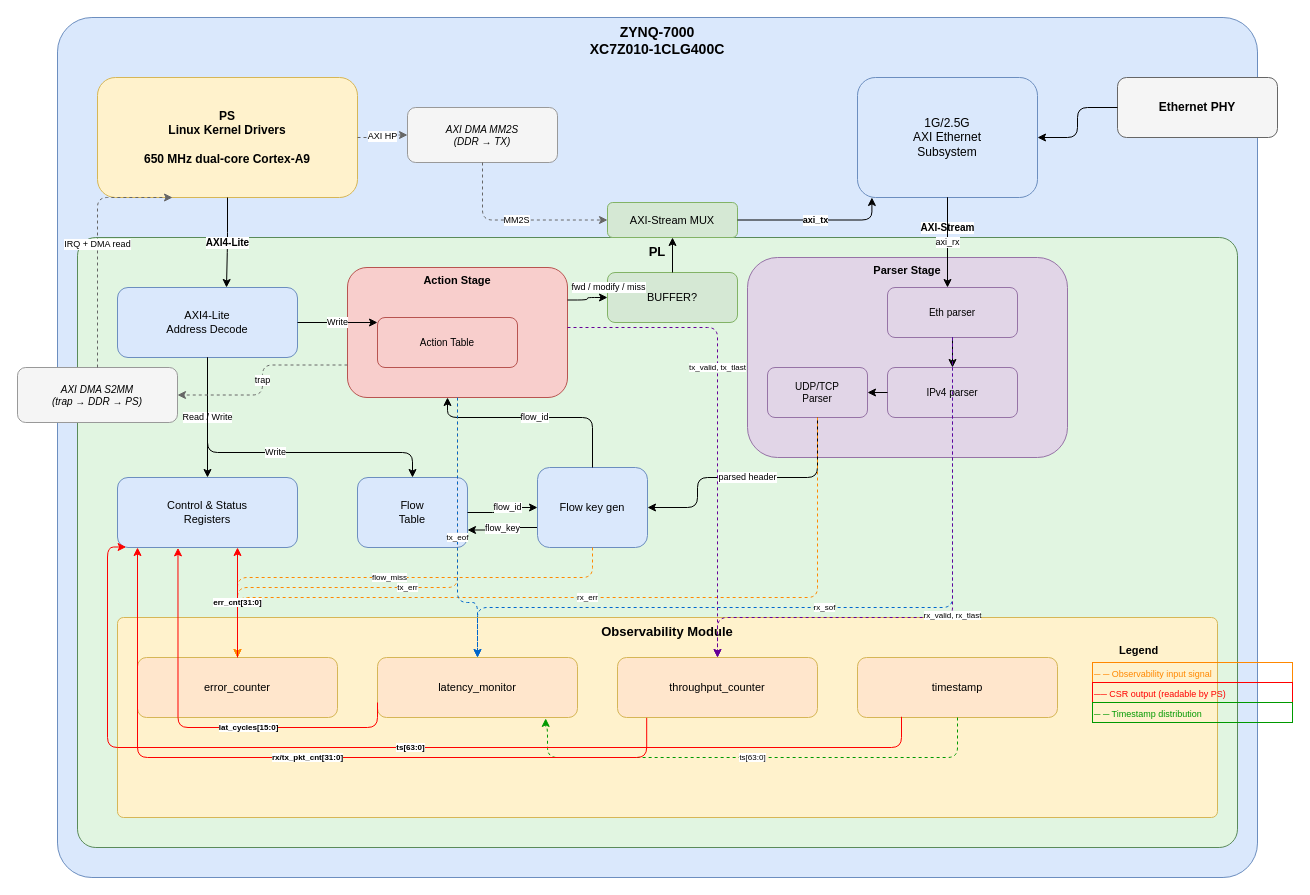
Before: docs/zynq_dataplane.drawio in JesseOinonen/zynq-networking-dataplane, a draw.io diagram. Source tidied: cells renumbered, new cells numbered last; positions are measured from the earlier drawing's top-left corner, leaving out a move shared by most shapes. Both pictures are drawn from the tidied source at 100%, with x=0, y=0 at pixel (17, 17).
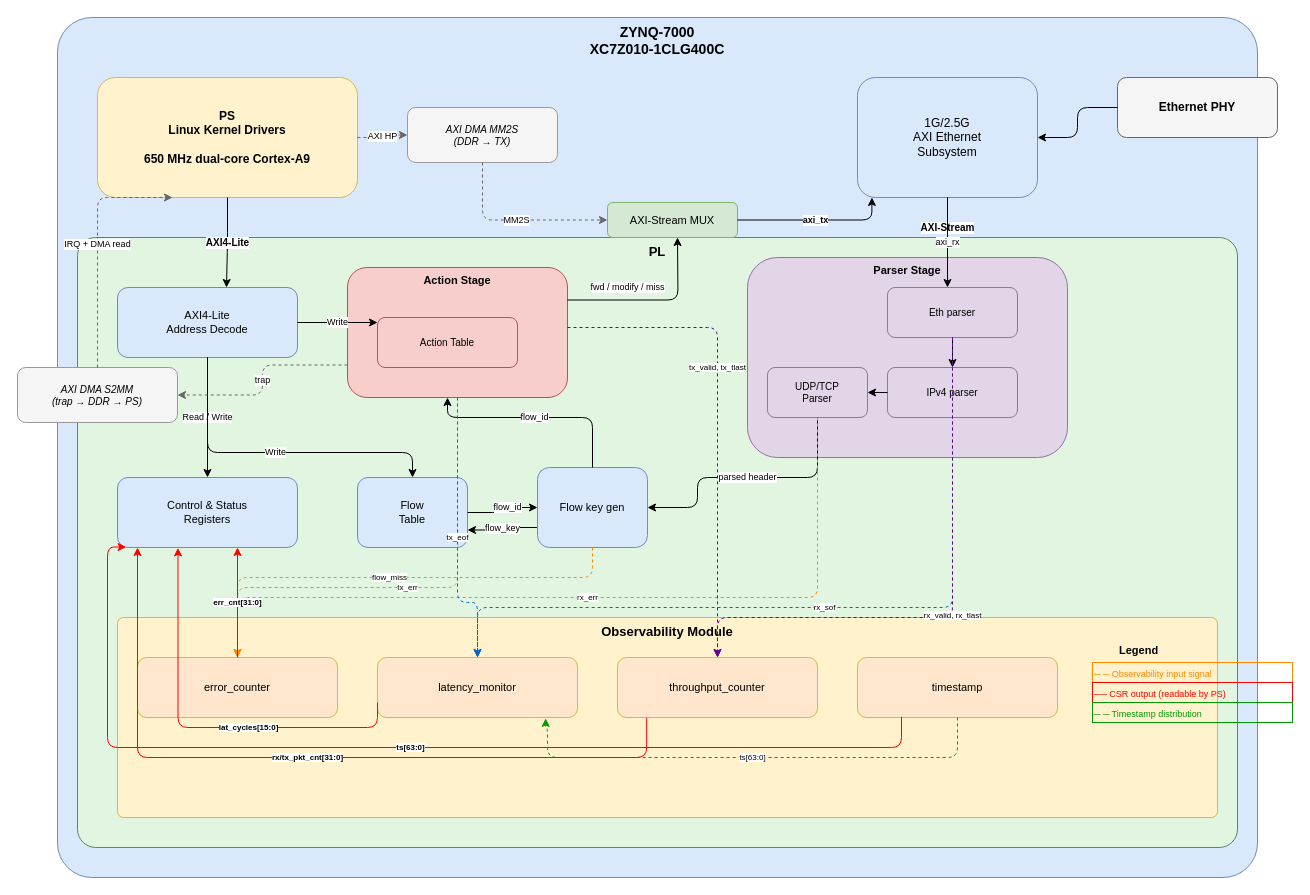
After the change.

Unchanged cells that the change refers to:
```xml
<mxCell id="14" value="Action Stage" style="rounded=1;whiteSpace=wrap;html=1;fillColor=#f8cecc;strokeColor=#b85450;fontSize=11;fontStyle=1;verticalAlign=top;" parent="1" vertex="1">
  <mxGeometry x="330" y="250" width="220" height="130" as="geometry" />
</mxCell>
<mxCell id="53" value="AXI-Stream MUX" style="rounded=1;whiteSpace=wrap;html=1;fillColor=#d5e8d4;strokeColor=#82b366;fontSize=11;" parent="1" vertex="1">
  <mxGeometry x="590" y="185" width="130" height="35" as="geometry" />
</mxCell>
```

What changed in the source:
```diff
@@
-    <mxCell id="51" value="BUFFER?" style="rounded=1;whiteSpace=wrap;html=1;fillColor=#d5e8d4;strokeColor=#82b366;fontSize=11;" parent="1" vertex="1">
-      <mxGeometry x="590" y="255" width="130" height="50" as="geometry" />
-    </mxCell>
-    <mxCell id="52" value="fwd / modify / miss" style="edgeStyle=orthogonalEdgeStyle;html=1;fontSize=9;exitX=1;exitY=0.25;exitDx=0;exitDy=0;entryX=0;entryY=0.5;entryDx=0;entryDy=0;" parent="1" edge="1" source="14" target="51">
-      <mxGeometry x="1" y="10" relative="1" as="geometry" />
+    <mxCell id="52" value="fwd / modify / miss" style="edgeStyle=orthogonalEdgeStyle;html=1;fontSize=9;exitX=1;exitY=0.25;exitDx=0;exitDy=0;" parent="1" edge="1" source="14">
+      <mxGeometry x="-0.31" y="13" relative="1" as="geometry">
+        <mxPoint x="660" y="220" as="targetPoint" />
+      </mxGeometry>
     </mxCell>
@@
-    <mxCell id="54" style="edgeStyle=orthogonalEdgeStyle;html=1;exitX=0.5;exitY=0;exitDx=0;exitDy=0;entryX=0.5;entryY=1;entryDx=0;entryDy=0;" parent="1" edge="1" source="51" target="53">
-      <mxGeometry relative="1" as="geometry" />
-    </mxCell>
```
